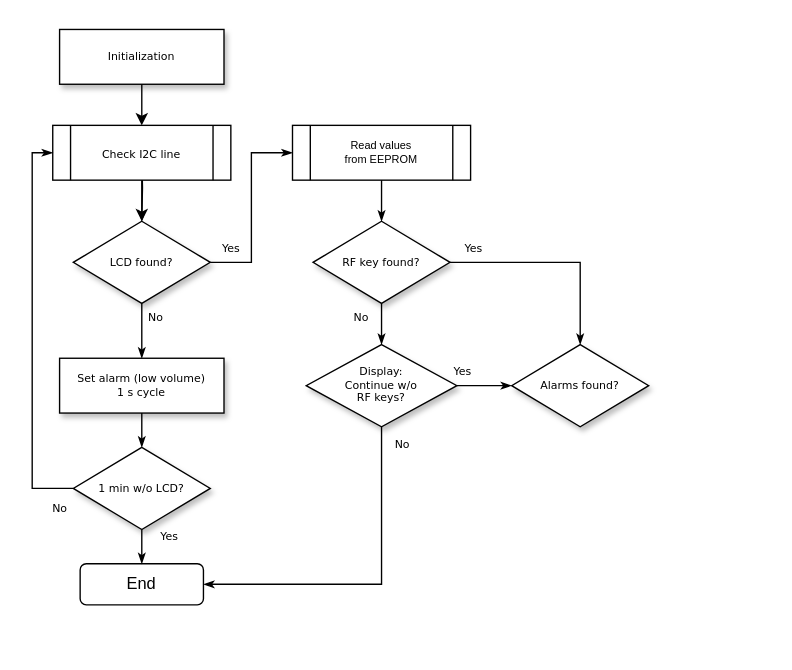
This is Docs/FSM/Domotic Shutter FSM.drawio from Mickyleitor/RollerShutterControlPanel, a draw.io file, before an edit. Source tidied: cells renumbered, new cells numbered last; positions are measured from the earlier drawing's top-left corner, leaving out a move shared by most shapes. Both pictures are drawn from the tidied source at 137%, with x=0, y=0 at pixel (32, 29).
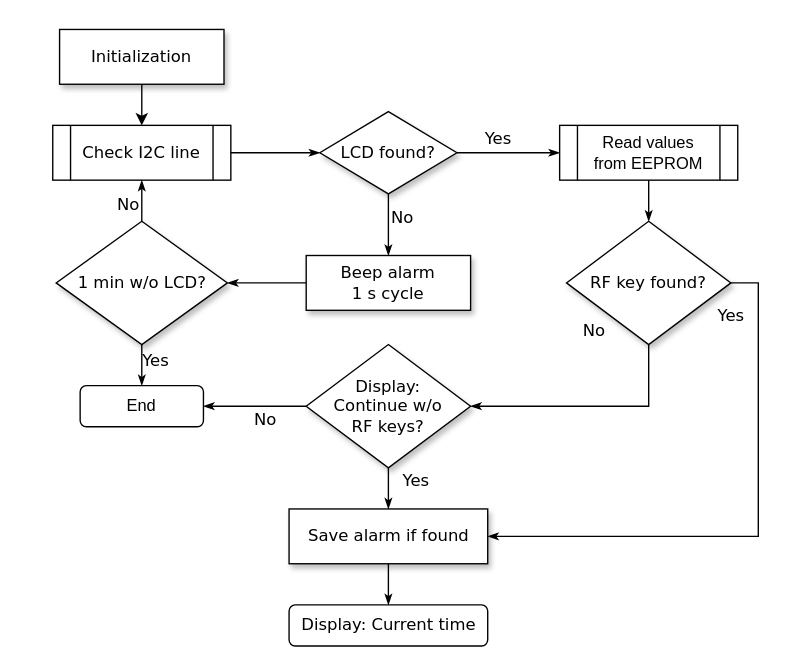
The same page after the edit.

What changed in the source:
```diff
@@
-    <mxCell id="2" style="edgeStyle=orthogonalEdgeStyle;rounded=0;html=1;labelBackgroundColor=none;startSize=5;endArrow=classicThin;endFill=1;endSize=5;jettySize=auto;strokeColor=#000000;strokeWidth=1;fontFamily=Verdana;fontSize=8;fontColor=#000000;" parent="1" edge="1" target="6">
-      <mxGeometry relative="1" as="geometry">
-        <mxPoint x="80" y="90" as="sourcePoint" />
-      </mxGeometry>
-    </mxCell>
-    <mxCell id="3" value="Initialization" style="rounded=0;whiteSpace=wrap;html=1;shadow=1;labelBackgroundColor=none;strokeColor=#000000;strokeWidth=1;fillColor=#ffffff;fontFamily=Verdana;fontSize=8;fontColor=#000000;align=center;" parent="1" vertex="1">
+    <mxCell id="3" value="Initialization" style="rounded=0;whiteSpace=wrap;html=1;shadow=1;labelBackgroundColor=none;strokeColor=#000000;strokeWidth=1;fillColor=#ffffff;fontFamily=Verdana;fontSize=12;fontColor=#000000;align=center;" parent="1" vertex="1">
       <mxGeometry x="20" width="120" height="40" as="geometry" />
     </mxCell>
-    <mxCell id="4" value="Yes" style="edgeStyle=orthogonalEdgeStyle;rounded=0;html=1;labelBackgroundColor=none;startSize=5;endArrow=classicThin;endFill=1;endSize=5;jettySize=auto;strokeColor=#000000;strokeWidth=1;fontFamily=Verdana;fontSize=8;fontColor=#000000;entryX=0;entryY=0.5;entryDx=0;entryDy=0;" parent="1" edge="1" source="6" target="11">
-      <mxGeometry x="-0.78" y="10" relative="1" as="geometry" />
-    </mxCell>
-    <mxCell id="5" value="No" style="edgeStyle=orthogonalEdgeStyle;rounded=0;html=1;labelBackgroundColor=none;startSize=5;endArrow=classicThin;endFill=1;endSize=5;jettySize=auto;strokeColor=#000000;strokeWidth=1;fontFamily=Verdana;fontSize=8;fontColor=#000000;" parent="1" edge="1" source="6" target="7">
-      <mxGeometry x="-0.5" y="10" relative="1" as="geometry" />
-    </mxCell>
-    <mxCell id="6" value="LCD found?" style="rhombus;whiteSpace=wrap;html=1;rounded=0;shadow=1;labelBackgroundColor=none;strokeColor=#000000;strokeWidth=1;fillColor=#ffffff;fontFamily=Verdana;fontSize=8;fontColor=#000000;align=center;" parent="1" vertex="1">
-      <mxGeometry x="30" y="140" width="100" height="60" as="geometry" />
+    <mxCell id="6" value="LCD found?" style="rhombus;whiteSpace=wrap;html=1;rounded=0;shadow=1;labelBackgroundColor=none;strokeColor=#000000;strokeWidth=1;fillColor=#ffffff;fontFamily=Verdana;fontSize=12;fontColor=#000000;align=center;" parent="1" vertex="1">
+      <mxGeometry x="210" y="60" width="100" height="60" as="geometry" />
     </mxCell>
-    <mxCell id="7" value="&lt;div&gt;Set alarm (low volume)&lt;/div&gt;&lt;div&gt;1 s cycle&lt;br&gt;&lt;/div&gt;" style="whiteSpace=wrap;html=1;rounded=0;shadow=1;labelBackgroundColor=none;strokeColor=#000000;strokeWidth=1;fillColor=#ffffff;fontFamily=Verdana;fontSize=8;fontColor=#000000;align=center;" parent="1" vertex="1">
-      <mxGeometry x="20" y="240" width="120" height="40" as="geometry" />
+    <mxCell id="7" value="&lt;div style=&quot;font-size: 12px;&quot;&gt;Beep alarm&lt;/div&gt;&lt;div style=&quot;font-size: 12px;&quot;&gt;1 s cycle&lt;br style=&quot;font-size: 12px;&quot;&gt;&lt;/div&gt;" style="whiteSpace=wrap;html=1;rounded=0;shadow=1;labelBackgroundColor=none;strokeColor=#000000;strokeWidth=1;fillColor=#ffffff;fontFamily=Verdana;fontSize=12;fontColor=#000000;align=center;" parent="1" vertex="1">
+      <mxGeometry x="200" y="165" width="120" height="40" as="geometry" />
     </mxCell>
-    <mxCell id="8" style="edgeStyle=orthogonalEdgeStyle;rounded=0;jettySize=auto;html=1;exitX=0.5;exitY=1;exitDx=0;exitDy=0;" parent="1" edge="1" source="9" target="6">
-      <mxGeometry relative="1" as="geometry" />
-    </mxCell>
-    <mxCell id="9" value="&lt;font style=&quot;font-size: 8px&quot; face=&quot;Verdana&quot;&gt;Check I2C line&lt;/font&gt;" style="shape=process;whiteSpace=wrap;html=1;backgroundOutline=1;" parent="1" vertex="1">
+    <mxCell id="9" value="&lt;font style=&quot;font-size: 12px;&quot; face=&quot;Verdana&quot;&gt;Check I2C line&lt;/font&gt;" style="shape=process;whiteSpace=wrap;html=1;backgroundOutline=1;fontSize=12;" parent="1" vertex="1">
       <mxGeometry x="15" y="70" width="130" height="40" as="geometry" />
     </mxCell>
-    <mxCell id="10" style="edgeStyle=orthogonalEdgeStyle;rounded=0;jettySize=auto;html=1;exitX=0.5;exitY=1;exitDx=0;exitDy=0;" parent="1" edge="1" source="3">
+    <mxCell id="10" style="edgeStyle=orthogonalEdgeStyle;rounded=0;jettySize=auto;html=1;exitX=0.5;exitY=1;exitDx=0;exitDy=0;fontSize=12;" parent="1" edge="1" source="3">
       <mxGeometry relative="1" as="geometry">
         <mxPoint x="80" y="70" as="targetPoint" />
       </mxGeometry>
     </mxCell>
-    <mxCell id="11" value="&lt;div style=&quot;font-size: 8px&quot;&gt;&lt;font style=&quot;font-size: 8px&quot;&gt;Read values&lt;/font&gt;&lt;/div&gt;&lt;div style=&quot;font-size: 8px&quot;&gt;&lt;font style=&quot;font-size: 8px&quot;&gt;from EEPROM&lt;br&gt;&lt;/font&gt;&lt;/div&gt;" style="shape=process;whiteSpace=wrap;html=1;backgroundOutline=1;" parent="1" vertex="1">
-      <mxGeometry x="190" y="70" width="130" height="40" as="geometry" />
+    <mxCell id="11" value="&lt;div style=&quot;font-size: 12px;&quot;&gt;&lt;font style=&quot;font-size: 12px;&quot;&gt;Read values&lt;/font&gt;&lt;/div&gt;&lt;div style=&quot;font-size: 12px;&quot;&gt;&lt;font style=&quot;font-size: 12px;&quot;&gt;from EEPROM&lt;br style=&quot;font-size: 12px;&quot;&gt;&lt;/font&gt;&lt;/div&gt;" style="shape=process;whiteSpace=wrap;html=1;backgroundOutline=1;fontSize=12;" parent="1" vertex="1">
+      <mxGeometry x="385" y="70" width="130" height="40" as="geometry" />
     </mxCell>
-    <mxCell id="12" value="RF key found?" style="rhombus;whiteSpace=wrap;html=1;rounded=0;shadow=1;labelBackgroundColor=none;strokeColor=#000000;strokeWidth=1;fillColor=#ffffff;fontFamily=Verdana;fontSize=8;fontColor=#000000;align=center;" parent="1" vertex="1">
-      <mxGeometry x="205" y="140" width="100" height="60" as="geometry" />
+    <mxCell id="12" value="RF key found?" style="rhombus;whiteSpace=wrap;html=1;rounded=0;shadow=1;labelBackgroundColor=none;strokeColor=#000000;strokeWidth=1;fillColor=#ffffff;fontFamily=Verdana;fontSize=12;fontColor=#000000;align=center;" parent="1" vertex="1">
+      <mxGeometry x="390" y="140" width="120" height="90" as="geometry" />
     </mxCell>
-    <mxCell id="13" value="&lt;div&gt;Display:&lt;/div&gt;&lt;div&gt;Continue w/o &lt;br&gt;&lt;/div&gt;&lt;div&gt;RF keys?&lt;br&gt;&lt;/div&gt;" style="rhombus;whiteSpace=wrap;html=1;rounded=0;shadow=1;labelBackgroundColor=none;strokeColor=#000000;strokeWidth=1;fillColor=#ffffff;fontFamily=Verdana;fontSize=8;fontColor=#000000;align=center;" parent="1" vertex="1">
-      <mxGeometry x="200" y="230" width="110" height="60" as="geometry" />
+    <mxCell id="13" value="&lt;div style=&quot;font-size: 12px;&quot;&gt;Display:&lt;/div&gt;&lt;div style=&quot;font-size: 12px;&quot;&gt;Continue w/o &lt;br style=&quot;font-size: 12px;&quot;&gt;&lt;/div&gt;&lt;div style=&quot;font-size: 12px;&quot;&gt;RF keys?&lt;br style=&quot;font-size: 12px;&quot;&gt;&lt;/div&gt;" style="rhombus;whiteSpace=wrap;html=1;rounded=0;shadow=1;labelBackgroundColor=none;strokeColor=#000000;strokeWidth=1;fillColor=#ffffff;fontFamily=Verdana;fontSize=12;fontColor=#000000;align=center;" parent="1" vertex="1">
+      <mxGeometry x="200" y="230" width="120" height="90" as="geometry" />
     </mxCell>
-    <mxCell id="14" value="Alarms found?" style="rhombus;whiteSpace=wrap;html=1;rounded=0;shadow=1;labelBackgroundColor=none;strokeColor=#000000;strokeWidth=1;fillColor=#ffffff;fontFamily=Verdana;fontSize=8;fontColor=#000000;align=center;" parent="1" vertex="1">
-      <mxGeometry x="350" y="230" width="100" height="60" as="geometry" />
-    </mxCell>
+    <mxCell id="21" value="1 min w/o LCD?" style="rhombus;whiteSpace=wrap;html=1;rounded=0;shadow=1;labelBackgroundColor=none;strokeColor=#000000;strokeWidth=1;fillColor=#ffffff;fontFamily=Verdana;fontSize=12;fontColor=#000000;align=center;" parent="1" vertex="1">
+      <mxGeometry x="17.5" y="140" width="125" height="90" as="geometry" />
+    </mxCell>
+    <mxCell id="25" value="Save alarm if found" style="whiteSpace=wrap;html=1;rounded=0;shadow=1;labelBackgroundColor=none;strokeColor=#000000;strokeWidth=1;fillColor=#ffffff;fontFamily=Verdana;fontSize=12;fontColor=#000000;align=center;" parent="1" vertex="1">
+      <mxGeometry x="187.5" y="350" width="145" height="40" as="geometry" />
+    </mxCell>
+    <mxCell id="26" value="Yes" style="edgeStyle=orthogonalEdgeStyle;rounded=0;html=1;labelBackgroundColor=none;startSize=5;endArrow=classicThin;endFill=1;endSize=5;jettySize=auto;strokeColor=#000000;strokeWidth=1;fontFamily=Verdana;fontSize=12;fontColor=#000000;entryX=0.5;entryY=0;entryDx=0;entryDy=0;exitX=0.5;exitY=1;exitDx=0;exitDy=0;" parent="1" edge="1" source="13" target="25">
+      <mxGeometry x="-0.36" y="20" relative="1" as="geometry" />
+    </mxCell>
+    <mxCell id="27" value="&lt;font style=&quot;font-size: 12px;&quot; face=&quot;Verdana&quot;&gt;Display: Current time&lt;/font&gt;" style="rounded=1;whiteSpace=wrap;html=1;fontSize=12;" parent="1" vertex="1">
+      <mxGeometry x="187.5" y="420" width="145" height="30" as="geometry" />
+    </mxCell>
-    <mxCell id="15" value="End" style="rounded=1;whiteSpace=wrap;html=1;" parent="1" vertex="1">
-      <mxGeometry x="35" y="390" width="90" height="30" as="geometry" />
+    <mxCell id="15" value="End" style="rounded=1;whiteSpace=wrap;html=1;fontSize=12;" parent="1" vertex="1">
+      <mxGeometry x="35" y="260" width="90" height="30" as="geometry" />
     </mxCell>
+    <mxCell id="8" style="edgeStyle=orthogonalEdgeStyle;rounded=0;html=1;labelBackgroundColor=none;startSize=5;endArrow=classicThin;endFill=1;endSize=5;jettySize=auto;strokeColor=#000000;strokeWidth=1;fontFamily=Verdana;fontSize=12;fontColor=#000000;exitX=1;exitY=0.5;exitDx=0;exitDy=0;entryX=0;entryY=0.5;entryDx=0;entryDy=0;" parent="1" edge="1" source="9" target="6">
+      <mxGeometry x="-0.2" y="10" relative="1" as="geometry" />
+    </mxCell>
+    <mxCell id="4" value="Yes" style="edgeStyle=orthogonalEdgeStyle;rounded=0;html=1;labelBackgroundColor=none;startSize=5;endArrow=classicThin;endFill=1;endSize=5;jettySize=auto;strokeColor=#000000;strokeWidth=1;fontFamily=Verdana;fontSize=12;fontColor=#000000;entryX=0;entryY=0.5;entryDx=0;entryDy=0;exitX=1;exitY=0.5;exitDx=0;exitDy=0;" parent="1" edge="1" source="6" target="11">
+      <mxGeometry x="-0.2" y="10" relative="1" as="geometry" />
+    </mxCell>
+    <mxCell id="5" value="No" style="edgeStyle=orthogonalEdgeStyle;rounded=0;html=1;labelBackgroundColor=none;startSize=5;endArrow=classicThin;endFill=1;endSize=5;jettySize=auto;strokeColor=#000000;strokeWidth=1;fontFamily=Verdana;fontSize=12;fontColor=#000000;exitX=0.5;exitY=1;exitDx=0;exitDy=0;entryX=0.5;entryY=0;entryDx=0;entryDy=0;" parent="1" edge="1" source="6" target="7">
+      <mxGeometry x="-0.2" y="10" relative="1" as="geometry" />
+    </mxCell>
+    <mxCell id="28" style="edgeStyle=orthogonalEdgeStyle;rounded=0;html=1;labelBackgroundColor=none;startSize=5;endArrow=classicThin;endFill=1;endSize=5;jettySize=auto;strokeColor=#000000;strokeWidth=1;fontFamily=Verdana;fontSize=12;fontColor=#000000;entryX=1;entryY=0.5;entryDx=0;entryDy=0;exitX=0;exitY=0.5;exitDx=0;exitDy=0;" parent="1" edge="1" source="7" target="21">
+      <mxGeometry x="0.01" y="10" relative="1" as="geometry" />
+    </mxCell>
+    <mxCell id="22" value="No" style="edgeStyle=orthogonalEdgeStyle;rounded=0;html=1;labelBackgroundColor=none;startSize=5;endArrow=classicThin;endFill=1;endSize=5;jettySize=auto;strokeColor=#000000;strokeWidth=1;fontFamily=Verdana;fontSize=12;fontColor=#000000;entryX=0.5;entryY=1;entryDx=0;entryDy=0;exitX=0.5;exitY=0;exitDx=0;exitDy=0;" parent="1" edge="1" source="21" target="9">
+      <mxGeometry x="-0.2" y="10" relative="1" as="geometry" />
+    </mxCell>
+    <mxCell id="29" value="Yes" style="edgeStyle=orthogonalEdgeStyle;rounded=0;html=1;labelBackgroundColor=none;startSize=5;endArrow=classicThin;endFill=1;endSize=5;jettySize=auto;strokeColor=#000000;strokeWidth=1;fontFamily=Verdana;fontSize=12;fontColor=#000000;exitX=0.5;exitY=1;exitDx=0;exitDy=0;entryX=0.5;entryY=0;entryDx=0;entryDy=0;" parent="1" edge="1" source="21" target="15">
+      <mxGeometry x="-0.2" y="10" relative="1" as="geometry" />
+    </mxCell>
+    <mxCell id="19" value="No" style="edgeStyle=orthogonalEdgeStyle;rounded=0;html=1;labelBackgroundColor=none;startSize=5;endArrow=classicThin;endFill=1;endSize=5;jettySize=auto;strokeColor=#000000;strokeWidth=1;fontFamily=Verdana;fontSize=12;fontColor=#000000;entryX=1;entryY=0.5;entryDx=0;entryDy=0;exitX=0;exitY=0.5;exitDx=0;exitDy=0;" parent="1" edge="1" source="13" target="15">
+      <mxGeometry x="-0.2" y="10" relative="1" as="geometry" />
+    </mxCell>
-    <mxCell id="16" style="edgeStyle=orthogonalEdgeStyle;rounded=0;html=1;labelBackgroundColor=none;startSize=5;endArrow=classicThin;endFill=1;endSize=5;jettySize=auto;strokeColor=#000000;strokeWidth=1;fontFamily=Verdana;fontSize=8;fontColor=#000000;entryX=0.5;entryY=0;entryDx=0;entryDy=0;exitX=0.5;exitY=1;exitDx=0;exitDy=0;" parent="1" edge="1" source="11" target="12">
-      <mxGeometry x="-0.78" y="10" relative="1" as="geometry" />
+    <mxCell id="16" style="edgeStyle=orthogonalEdgeStyle;rounded=0;html=1;labelBackgroundColor=none;startSize=5;endArrow=classicThin;endFill=1;endSize=5;jettySize=auto;strokeColor=#000000;strokeWidth=1;fontFamily=Verdana;fontSize=12;fontColor=#000000;exitX=0.5;exitY=1;exitDx=0;exitDy=0;entryX=0.5;entryY=0;entryDx=0;entryDy=0;" parent="1" edge="1" source="11" target="12">
+      <mxGeometry x="-0.2" y="10" relative="1" as="geometry" />
     </mxCell>
-    <mxCell id="17" value="Yes" style="edgeStyle=orthogonalEdgeStyle;rounded=0;html=1;labelBackgroundColor=none;startSize=5;endArrow=classicThin;endFill=1;endSize=5;jettySize=auto;strokeColor=#000000;strokeWidth=1;fontFamily=Verdana;fontSize=8;fontColor=#000000;entryX=0.5;entryY=0;entryDx=0;entryDy=0;exitX=1;exitY=0.5;exitDx=0;exitDy=0;" parent="1" edge="1" source="12" target="14">
-      <mxGeometry x="-0.78" y="10" relative="1" as="geometry" />
-    </mxCell>
-    <mxCell id="18" value="No" style="edgeStyle=orthogonalEdgeStyle;rounded=0;html=1;labelBackgroundColor=none;startSize=5;endArrow=classicThin;endFill=1;endSize=5;jettySize=auto;strokeColor=#000000;strokeWidth=1;fontFamily=Verdana;fontSize=8;fontColor=#000000;entryX=0.5;entryY=0;entryDx=0;entryDy=0;exitX=0.5;exitY=1;exitDx=0;exitDy=0;" parent="1" edge="1" source="12" target="13">
-      <mxGeometry x="-0.33" y="-15" relative="1" as="geometry" />
+    <mxCell id="18" value="No" style="edgeStyle=orthogonalEdgeStyle;rounded=0;html=1;labelBackgroundColor=none;startSize=5;endArrow=classicThin;endFill=1;endSize=5;jettySize=auto;strokeColor=#000000;strokeWidth=1;fontFamily=Verdana;fontSize=12;fontColor=#000000;entryX=1;entryY=0.5;entryDx=0;entryDy=0;exitX=0.5;exitY=1;exitDx=0;exitDy=0;" parent="1" edge="1" source="12" target="13">
+      <mxGeometry x="-0.03" y="-55" relative="1" as="geometry" />
     </mxCell>
-    <mxCell id="19" value="No" style="edgeStyle=orthogonalEdgeStyle;rounded=0;html=1;labelBackgroundColor=none;startSize=5;endArrow=classicThin;endFill=1;endSize=5;jettySize=auto;strokeColor=#000000;strokeWidth=1;fontFamily=Verdana;fontSize=8;fontColor=#000000;entryX=1;entryY=0.5;entryDx=0;entryDy=0;exitX=0.5;exitY=1;exitDx=0;exitDy=0;" parent="1" edge="1" source="13" target="15">
-      <mxGeometry x="-0.89" y="15" relative="1" as="geometry" />
-    </mxCell>
-    <mxCell id="20" value="Yes" style="edgeStyle=orthogonalEdgeStyle;rounded=0;html=1;labelBackgroundColor=none;startSize=5;endArrow=classicThin;endFill=1;endSize=5;jettySize=auto;strokeColor=#000000;strokeWidth=1;fontFamily=Verdana;fontSize=8;fontColor=#000000;entryX=0;entryY=0.5;entryDx=0;entryDy=0;exitX=1;exitY=0.5;exitDx=0;exitDy=0;" parent="1" edge="1" source="13" target="14">
-      <mxGeometry x="-0.78" y="10" relative="1" as="geometry" />
-    </mxCell>
-    <mxCell id="21" value="1 min w/o LCD?" style="rhombus;whiteSpace=wrap;html=1;rounded=0;shadow=1;labelBackgroundColor=none;strokeColor=#000000;strokeWidth=1;fillColor=#ffffff;fontFamily=Verdana;fontSize=8;fontColor=#000000;align=center;" parent="1" vertex="1">
-      <mxGeometry x="30" y="305" width="100" height="60" as="geometry" />
-    </mxCell>
-    <mxCell id="22" value="No" style="edgeStyle=orthogonalEdgeStyle;rounded=0;html=1;labelBackgroundColor=none;startSize=5;endArrow=classicThin;endFill=1;endSize=5;jettySize=auto;strokeColor=#000000;strokeWidth=1;fontFamily=Verdana;fontSize=8;fontColor=#000000;entryX=0;entryY=0.5;entryDx=0;entryDy=0;exitX=0;exitY=0.5;exitDx=0;exitDy=0;" parent="1" edge="1" source="21" target="9">
-      <mxGeometry x="-0.93" y="15" relative="1" as="geometry">
-        <Array as="points">
-          <mxPoint y="335" />
-          <mxPoint y="90" />
-        </Array>
-      </mxGeometry>
-    </mxCell>
-    <mxCell id="23" value="Yes" style="edgeStyle=orthogonalEdgeStyle;rounded=0;html=1;labelBackgroundColor=none;startSize=5;endArrow=classicThin;endFill=1;endSize=5;jettySize=auto;strokeColor=#000000;strokeWidth=1;fontFamily=Verdana;fontSize=8;fontColor=#000000;entryX=0.5;entryY=0;entryDx=0;entryDy=0;" parent="1" edge="1" target="15">
-      <mxGeometry x="-0.62" y="20" relative="1" as="geometry">
-        <mxPoint x="80" y="365" as="sourcePoint" />
-        <Array as="points">
-          <mxPoint x="80" y="365" />
-        </Array>
-      </mxGeometry>
-    </mxCell>
-    <mxCell id="24" style="edgeStyle=orthogonalEdgeStyle;rounded=0;html=1;labelBackgroundColor=none;startSize=5;endArrow=classicThin;endFill=1;endSize=5;jettySize=auto;strokeColor=#000000;strokeWidth=1;fontFamily=Verdana;fontSize=8;fontColor=#000000;entryX=0.5;entryY=0;entryDx=0;entryDy=0;" parent="1" edge="1" target="21">
-      <mxGeometry x="-0.5" y="10" relative="1" as="geometry">
-        <mxPoint x="80" y="280" as="sourcePoint" />
-      </mxGeometry>
-    </mxCell>
+    <mxCell id="30" value="Yes" style="edgeStyle=orthogonalEdgeStyle;rounded=0;html=1;labelBackgroundColor=none;startSize=5;endArrow=classicThin;endFill=1;endSize=5;jettySize=auto;strokeColor=#000000;strokeWidth=1;fontFamily=Verdana;fontSize=12;fontColor=#000000;entryX=1;entryY=0.5;entryDx=0;entryDy=0;exitX=1;exitY=0.5;exitDx=0;exitDy=0;" parent="1" edge="1" source="12" target="25">
+      <mxGeometry x="-0.78" y="-20" relative="1" as="geometry" />
+    </mxCell>
+    <mxCell id="31" style="edgeStyle=orthogonalEdgeStyle;rounded=0;html=1;labelBackgroundColor=none;startSize=5;endArrow=classicThin;endFill=1;endSize=5;jettySize=auto;strokeColor=#000000;strokeWidth=1;fontFamily=Verdana;fontSize=12;fontColor=#000000;entryX=0.5;entryY=0;entryDx=0;entryDy=0;exitX=0.5;exitY=1;exitDx=0;exitDy=0;" parent="1" edge="1" source="25" target="27">
+      <mxGeometry x="-0.2" y="10" relative="1" as="geometry" />
+    </mxCell>
```
